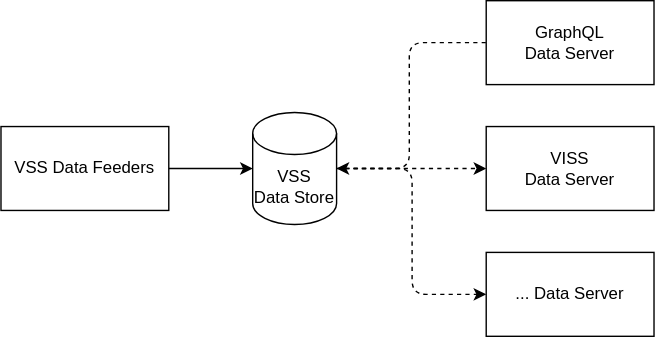
slawr/vss-otaku keeps this draw.io diagram as in-vehicle-storage/apache-iotdb/doc/in-vehicle-vss-datastore-overview.drawio.svg. Above is the earlier version. Source tidied: cells renumbered, new cells last; positions are measured from the earlier drawing's top-left corner, leaving out a move shared by most shapes. Its diagram source:
```xml
<mxGraphModel>
  <root>
    <mxCell id="0" />
    <mxCell id="1" parent="0" />
    <mxCell id="2" style="edgeStyle=orthogonalEdgeStyle;html=1;exitX=1;exitY=0.5;exitDx=0;exitDy=0;entryX=0;entryY=0.5;entryDx=0;entryDy=0;entryPerimeter=0;startArrow=none;startFill=0;" parent="1" edge="1" source="3" target="7">
      <mxGeometry relative="1" as="geometry" />
    </mxCell>
    <mxCell id="3" value="VSS Data Feeders" style="rounded=0;whiteSpace=wrap;html=1;" parent="1" vertex="1">
      <mxGeometry y="90" width="120" height="60" as="geometry" />
    </mxCell>
    <mxCell id="4" style="edgeStyle=orthogonalEdgeStyle;html=1;dashed=1;" parent="1" edge="1">
      <mxGeometry relative="1" as="geometry">
        <mxPoint x="252" y="120" as="sourcePoint" />
        <mxPoint x="359" y="30" as="targetPoint" />
        <Array as="points">
          <mxPoint x="292" y="120" />
          <mxPoint x="292" y="30" />
        </Array>
      </mxGeometry>
    </mxCell>
    <mxCell id="5" style="edgeStyle=orthogonalEdgeStyle;html=1;entryX=0;entryY=0.5;entryDx=0;entryDy=0;exitX=1;exitY=0.5;exitDx=0;exitDy=0;exitPerimeter=0;dashed=1;" parent="1" edge="1" source="7" target="9">
      <mxGeometry relative="1" as="geometry" />
    </mxCell>
    <mxCell id="6" style="edgeStyle=orthogonalEdgeStyle;html=1;exitX=1;exitY=0.5;exitDx=0;exitDy=0;exitPerimeter=0;entryX=0;entryY=0.5;entryDx=0;entryDy=0;startArrow=classic;startFill=1;dashed=1;" parent="1" edge="1" source="7" target="10">
      <mxGeometry relative="1" as="geometry">
        <Array as="points">
          <mxPoint x="294" y="120" />
          <mxPoint x="294" y="210" />
        </Array>
      </mxGeometry>
    </mxCell>
    <mxCell id="7" value="VSS &lt;br&gt;Data Store" style="shape=cylinder3;whiteSpace=wrap;html=1;boundedLbl=1;backgroundOutline=1;size=15;" parent="1" vertex="1">
      <mxGeometry x="180" y="80" width="60" height="80" as="geometry" />
    </mxCell>
    <mxCell id="8" value="GraphQL &lt;br&gt;Data Server" style="whiteSpace=wrap;html=1;" parent="1" vertex="1">
      <mxGeometry x="347" width="120" height="60" as="geometry" />
    </mxCell>
    <mxCell id="9" value="VISS&lt;br&gt;Data Server" style="whiteSpace=wrap;html=1;" parent="1" vertex="1">
      <mxGeometry x="347" y="90" width="120" height="60" as="geometry" />
    </mxCell>
    <mxCell id="10" value="... Data Server" style="rounded=0;whiteSpace=wrap;html=1;" parent="1" vertex="1">
      <mxGeometry x="347" y="180" width="120" height="60" as="geometry" />
    </mxCell>
  </root>
</mxGraphModel>
```
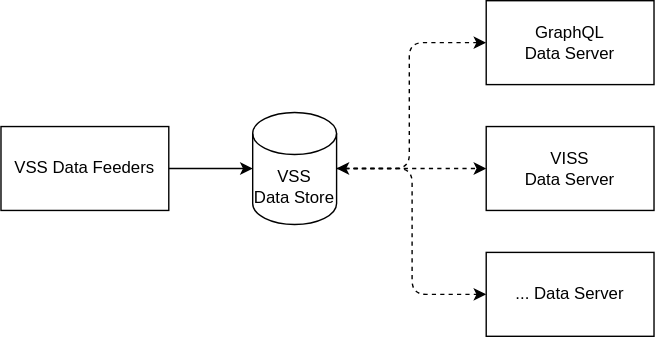
After the commit.

Commit message:
in-vehicle storage: General improvements to IoTDB README.md

Improved diagrams showing the difference between writing
with the Native API using one of the Langugage Clients
compared to using the TS-File API.

What changed in the source:
```diff
@@ -8,10 +8,9 @@
     <mxCell id="3" value="VSS Data Feeders" style="rounded=0;whiteSpace=wrap;html=1;" parent="1" vertex="1">
       <mxGeometry y="90" width="120" height="60" as="geometry" />
     </mxCell>
-    <mxCell id="4" style="edgeStyle=orthogonalEdgeStyle;html=1;dashed=1;" parent="1" edge="1">
+    <mxCell id="4" style="edgeStyle=orthogonalEdgeStyle;html=1;dashed=1;startArrow=none;startFill=0;entryX=0;entryY=0.5;entryDx=0;entryDy=0;" parent="1" edge="1" target="8">
       <mxGeometry relative="1" as="geometry">
         <mxPoint x="252" y="120" as="sourcePoint" />
-        <mxPoint x="359" y="30" as="targetPoint" />
         <Array as="points">
           <mxPoint x="292" y="120" />
           <mxPoint x="292" y="30" />
```
